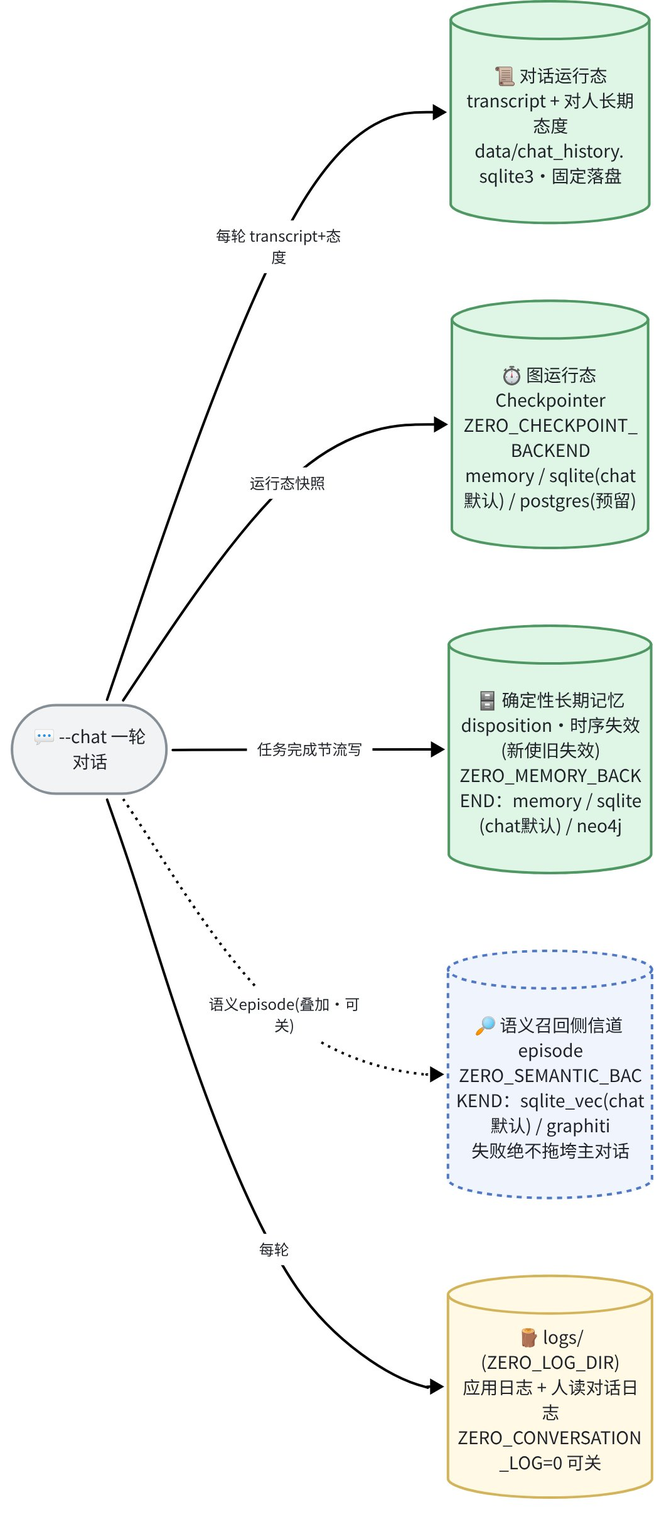
This is docs/v2/chat-persistence-map.png from WizardHeHeJun/Zero, a Mermaid export, as it was before one commit. Its source is kept beside it as docs/v2/chat-persistence-map.mmd. Its diagram source:
```mermaid
flowchart LR
  chat(["💬 --chat 一轮对话"]):::terminal
  translog[("📜 对话运行态<br/>transcript + 对人长期态度<br/>data/chat_history.sqlite3·固定落盘")]:::memory
  ckpt[("⏱️ 图运行态 Checkpointer<br/>ZERO_CHECKPOINT_BACKEND<br/>memory / sqlite(chat默认) / postgres(预留)")]:::memory
  graphdb[("🗄️ 确定性长期记忆<br/>disposition·时序失效(新使旧失效)<br/>ZERO_MEMORY_BACKEND：memory / sqlite(chat默认) / neo4j")]:::memory
  vec[("🔎 语义召回侧信道 episode<br/>ZERO_SEMANTIC_BACKEND：sqlite_vec(chat默认) / graphiti<br/>失败绝不拖垮主对话")]:::sidechan
  logs[("🪵 logs/(ZERO_LOG_DIR)<br/>应用日志 + 人读对话日志<br/>ZERO_CONVERSATION_LOG=0 可关")]:::log

  chat -->|"每轮 transcript+态度"| translog
  chat -->|"运行态快照"| ckpt
  chat -->|"任务完成节流写"| graphdb
  chat -.->|"语义episode(叠加·可关)"| vec
  chat -->|"每轮"| logs

  classDef terminal fill:#F1F3F5,stroke:#868E96,color:#1F2329
  classDef memory fill:#DFF5E5,stroke:#509863,color:#1F2329
  classDef sidechan fill:#F0F4FC,stroke:#5178C6,stroke-dasharray:5 5,color:#1F2329
  classDef log fill:#FFF9E6,stroke:#D4B45B,color:#8A6D1B
```
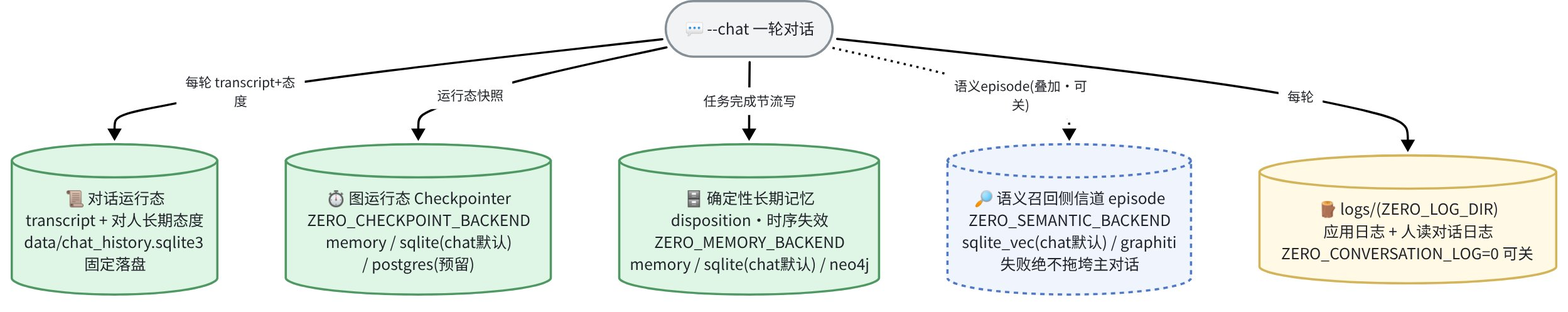
Above is the later version.

Commit message:
docs(figures): 修 README 新图显示过大——落点地图改 TB 横排(宽高比 0.44→5.03)，近方图 img width 控显示宽

The edit, as a diff of the source:
```diff
@@ -1,9 +1,9 @@
-flowchart LR
+flowchart TB
   chat(["💬 --chat 一轮对话"]):::terminal
-  translog[("📜 对话运行态<br/>transcript + 对人长期态度<br/>data/chat_history.sqlite3·固定落盘")]:::memory
-  ckpt[("⏱️ 图运行态 Checkpointer<br/>ZERO_CHECKPOINT_BACKEND<br/>memory / sqlite(chat默认) / postgres(预留)")]:::memory
-  graphdb[("🗄️ 确定性长期记忆<br/>disposition·时序失效(新使旧失效)<br/>ZERO_MEMORY_BACKEND：memory / sqlite(chat默认) / neo4j")]:::memory
-  vec[("🔎 语义召回侧信道 episode<br/>ZERO_SEMANTIC_BACKEND：sqlite_vec(chat默认) / graphiti<br/>失败绝不拖垮主对话")]:::sidechan
+  translog[("📜 对话运行态<br/>transcript + 对人长期态度<br/>data/chat_history.sqlite3<br/>固定落盘")]:::memory
+  ckpt[("⏱️ 图运行态 Checkpointer<br/>ZERO_CHECKPOINT_BACKEND<br/>memory / sqlite(chat默认)<br/>/ postgres(预留)")]:::memory
+  graphdb[("🗄️ 确定性长期记忆<br/>disposition·时序失效<br/>ZERO_MEMORY_BACKEND<br/>memory / sqlite(chat默认) / neo4j")]:::memory
+  vec[("🔎 语义召回侧信道 episode<br/>ZERO_SEMANTIC_BACKEND<br/>sqlite_vec(chat默认) / graphiti<br/>失败绝不拖垮主对话")]:::sidechan
   logs[("🪵 logs/(ZERO_LOG_DIR)<br/>应用日志 + 人读对话日志<br/>ZERO_CONVERSATION_LOG=0 可关")]:::log
 
   chat -->|"每轮 transcript+态度"| translog
```
